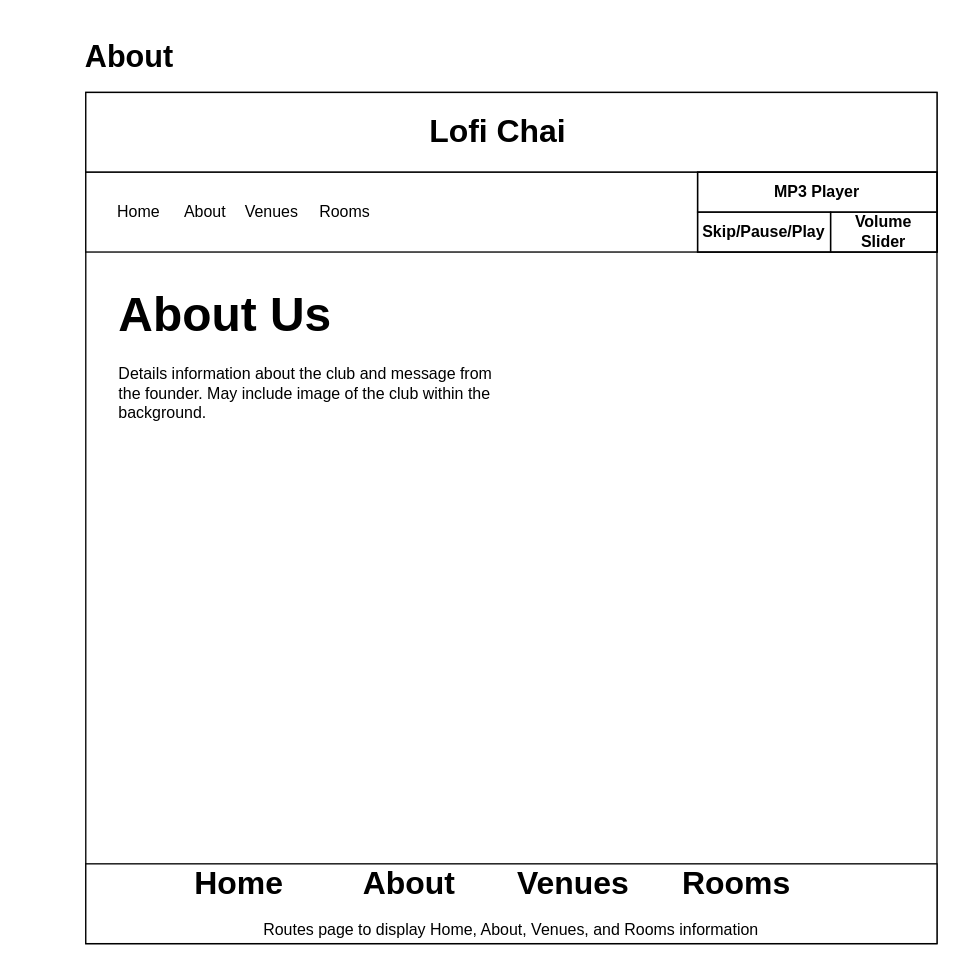
Above: Teahouse_about.drawio in jxcarlat/TeaHouse (draw.io), before the change. Source tidied: cells renumbered, new cells numbered last; positions are measured from the earlier drawing's top-left corner, leaving out a move shared by most shapes. Both pictures are drawn from the tidied source at 133%, with x=0, y=0 at pixel (23, 23).
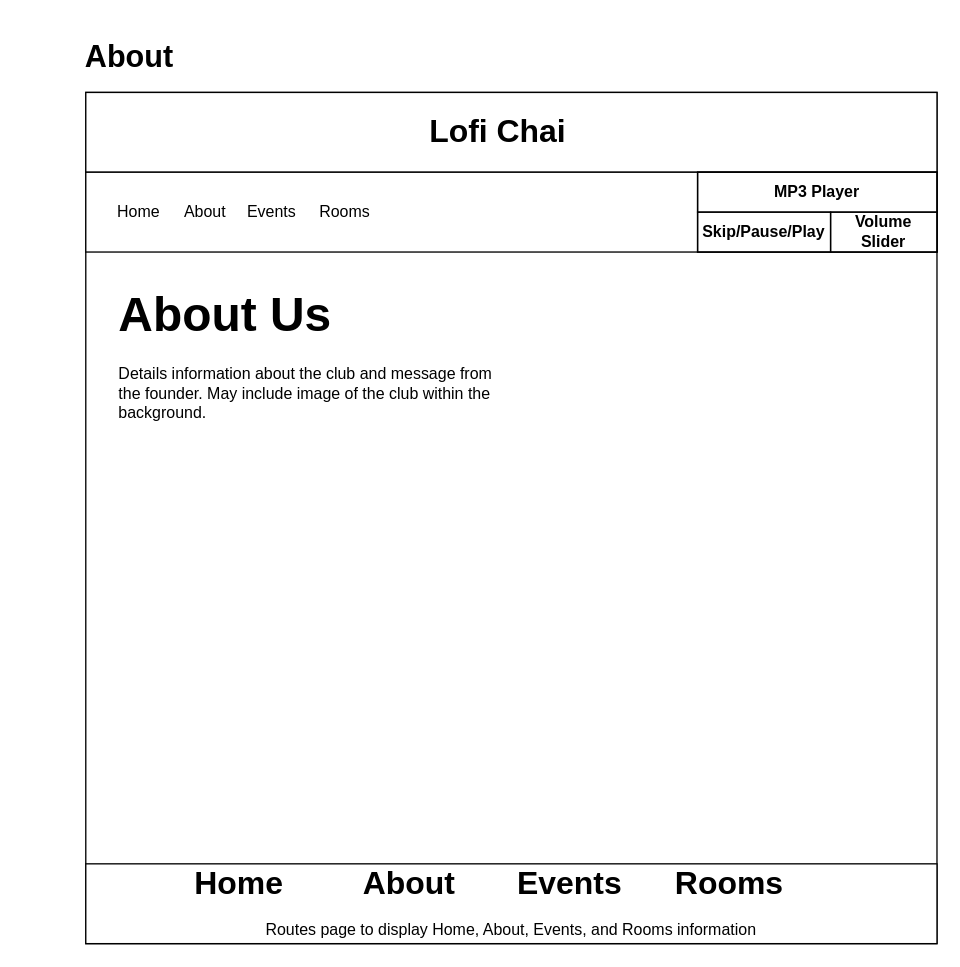
Above is the later version.

Diff of the diagram source:
```diff
@@
 <mxGraphModel>
   <root>
     <mxCell id="0" />
     <mxCell id="1" parent="0" />
     <mxCell id="2" style="whiteSpace=wrap;html=1;" parent="1" vertex="1">
       <mxGeometry x="47" y="52" width="640" height="640" as="geometry" />
     </mxCell>
     <mxCell id="3" style="rounded=0;whiteSpace=wrap;html=1;" parent="1" vertex="1">
       <mxGeometry x="47" y="52" width="640" height="60" as="geometry" />
     </mxCell>
     <mxCell id="4" value="&lt;font style=&quot;font-size: 24px&quot; face=&quot;NiteClub&quot;&gt;&lt;b&gt;Lofi Chai&lt;/b&gt;&lt;/font&gt;" style="text;html=1;strokeColor=none;fillColor=none;align=center;verticalAlign=middle;whiteSpace=wrap;rounded=0;" parent="1" vertex="1">
       <mxGeometry x="302" y="62" width="110" height="40" as="geometry" />
     </mxCell>
     <mxCell id="5" style="rounded=0;whiteSpace=wrap;html=1;" parent="1" vertex="1">
       <mxGeometry x="47" y="112" width="640" height="60" as="geometry" />
     </mxCell>
     <mxCell id="6" value="Home" style="text;html=1;strokeColor=none;fillColor=none;align=center;verticalAlign=middle;whiteSpace=wrap;rounded=0;" parent="1" vertex="1">
       <mxGeometry x="67" y="132" width="40" height="20" as="geometry" />
     </mxCell>
     <mxCell id="7" value="About" style="text;html=1;strokeColor=none;fillColor=none;align=center;verticalAlign=middle;whiteSpace=wrap;rounded=0;" parent="1" vertex="1">
       <mxGeometry x="117" y="132" width="40" height="20" as="geometry" />
     </mxCell>
-    <mxCell id="8" value="Venues" style="text;html=1;strokeColor=none;fillColor=none;align=center;verticalAlign=middle;whiteSpace=wrap;rounded=0;" parent="1" vertex="1">
+    <mxCell id="8" value="Events" style="text;html=1;strokeColor=none;fillColor=none;align=center;verticalAlign=middle;whiteSpace=wrap;rounded=0;" parent="1" vertex="1">
       <mxGeometry x="167" y="132" width="40" height="20" as="geometry" />
     </mxCell>
     <mxCell id="9" style="rounded=0;whiteSpace=wrap;html=1;" parent="1" vertex="1">
       <mxGeometry x="47" y="632" width="640" height="60" as="geometry" />
     </mxCell>
-    <mxCell id="10" value="&lt;b&gt;&lt;font style=&quot;font-size: 24px&quot;&gt;&amp;nbsp; &amp;nbsp; &amp;nbsp; &amp;nbsp; &amp;nbsp; &amp;nbsp; Home&amp;nbsp; &amp;nbsp; &amp;nbsp; &amp;nbsp; &amp;nbsp;About&amp;nbsp; &amp;nbsp; &amp;nbsp; &amp;nbsp;Venues&amp;nbsp; &amp;nbsp; &amp;nbsp; Rooms&amp;nbsp;&lt;/font&gt;&lt;/b&gt;" style="text;html=1;strokeColor=none;fillColor=none;align=left;verticalAlign=middle;whiteSpace=wrap;rounded=0;" parent="1" vertex="1">
+    <mxCell id="10" value="&lt;b&gt;&lt;font style=&quot;font-size: 24px&quot;&gt;&amp;nbsp; &amp;nbsp; &amp;nbsp; &amp;nbsp; &amp;nbsp; &amp;nbsp; Home&amp;nbsp; &amp;nbsp; &amp;nbsp; &amp;nbsp; &amp;nbsp;About&amp;nbsp; &amp;nbsp; &amp;nbsp; &amp;nbsp;Events&amp;nbsp; &amp;nbsp; &amp;nbsp; Rooms&amp;nbsp;&lt;/font&gt;&lt;/b&gt;" style="text;html=1;strokeColor=none;fillColor=none;align=left;verticalAlign=middle;whiteSpace=wrap;rounded=0;" parent="1" vertex="1">
       <mxGeometry x="47" y="632" width="640" height="30" as="geometry" />
     </mxCell>
-    <mxCell id="11" value="Routes page to display Home, About, Venues, and Rooms information" style="text;html=1;strokeColor=none;fillColor=none;align=center;verticalAlign=middle;whiteSpace=wrap;rounded=0;" parent="1" vertex="1">
+    <mxCell id="11" value="Routes page to display Home, About, Events, and Rooms information" style="text;html=1;strokeColor=none;fillColor=none;align=center;verticalAlign=middle;whiteSpace=wrap;rounded=0;" parent="1" vertex="1">
       <mxGeometry x="47" y="672" width="640" height="20" as="geometry" />
     </mxCell>
     <mxCell id="12" value="Rooms" style="text;html=1;strokeColor=none;fillColor=none;align=center;verticalAlign=middle;whiteSpace=wrap;rounded=0;" parent="1" vertex="1">
       <mxGeometry x="222" y="132" width="40" height="20" as="geometry" />
     </mxCell>
     <mxCell id="13" style="rounded=0;whiteSpace=wrap;html=1;" parent="1" vertex="1">
       <mxGeometry x="507" y="112" width="180" height="60" as="geometry" />
     </mxCell>
     <mxCell id="14" value="&lt;b&gt;MP3 Player&lt;/b&gt;" style="text;html=1;fillColor=none;align=center;verticalAlign=middle;whiteSpace=wrap;rounded=0;strokeColor=#000000;" parent="1" vertex="1">
       <mxGeometry x="507" y="112" width="180" height="30" as="geometry" />
     </mxCell>
     <mxCell id="15" value="&lt;b&gt;Skip/Pause/Play&lt;/b&gt;" style="text;html=1;fillColor=none;align=center;verticalAlign=middle;whiteSpace=wrap;rounded=0;strokeColor=#000000;" parent="1" vertex="1">
       <mxGeometry x="507" y="142" width="100" height="30" as="geometry" />
     </mxCell>
     <mxCell id="16" value="&lt;b&gt;Volume Slider&lt;/b&gt;" style="text;html=1;fillColor=none;align=center;verticalAlign=middle;whiteSpace=wrap;rounded=0;strokeColor=#000000;" parent="1" vertex="1">
       <mxGeometry x="607" y="142" width="80" height="30" as="geometry" />
     </mxCell>
     <mxCell id="17" value="&lt;h1&gt;&lt;b style=&quot;font-family: &amp;#34;niteclub&amp;#34; ; font-size: 36px ; text-align: center&quot;&gt;About Us&lt;/b&gt;&lt;br&gt;&lt;/h1&gt;&lt;p&gt;Details information about the club and message from the founder. May include image of the club within the background.&lt;/p&gt;" style="text;html=1;strokeColor=none;fillColor=none;spacing=5;spacingTop=-20;whiteSpace=wrap;overflow=hidden;rounded=0;" parent="1" vertex="1">
       <mxGeometry x="67" y="192" width="295" height="190" as="geometry" />
     </mxCell>
     <mxCell id="18" value="&lt;b&gt;&lt;font style=&quot;font-size: 23px&quot;&gt;About&lt;/font&gt;&lt;/b&gt;" style="text;html=1;strokeColor=none;fillColor=none;align=center;verticalAlign=middle;whiteSpace=wrap;rounded=0;" parent="1" vertex="1">
       <mxGeometry width="160" height="50" as="geometry" />
     </mxCell>
   </root>
 </mxGraphModel>
```
